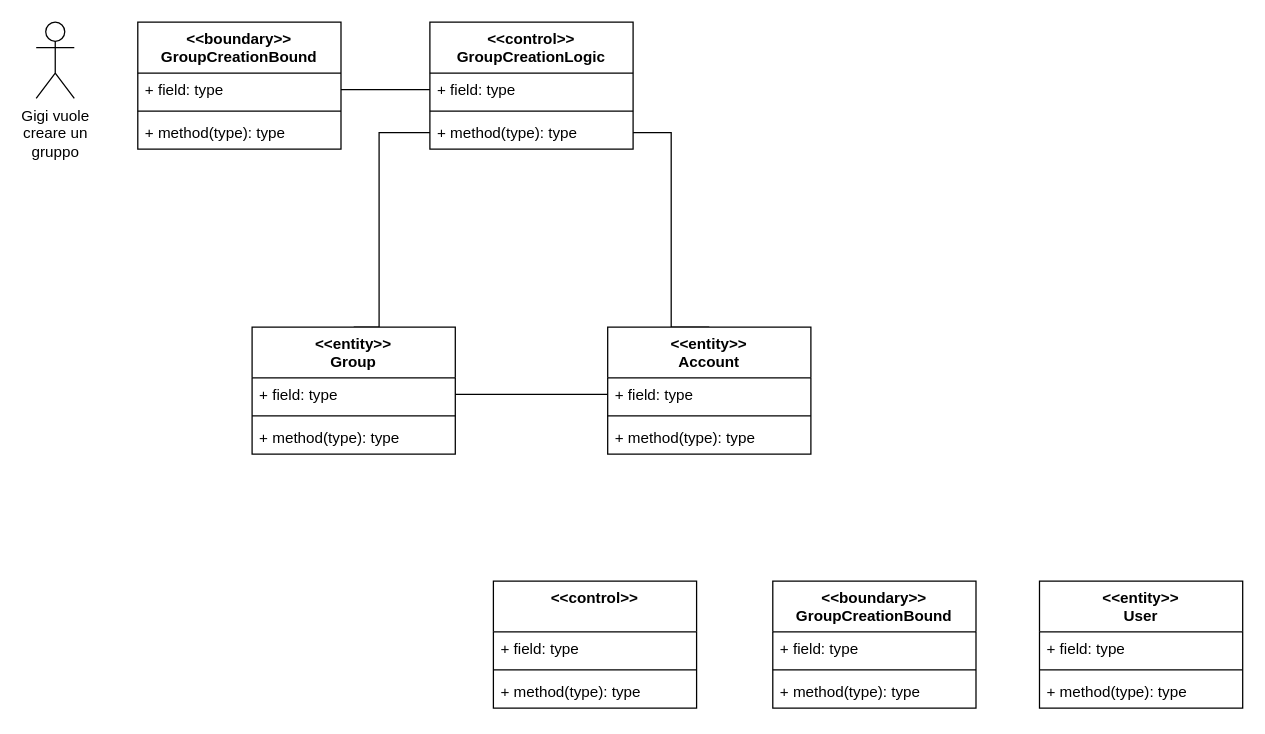
Before: Docs/VoPC/VoPC CreateStudyGroup.drawio in nic-agos/DoveStudi, a draw.io diagram. Source tidied: cells renumbered, new cells numbered last; positions are measured from the earlier drawing's top-left corner, leaving out a move shared by most shapes. Both pictures are drawn from the tidied source at 127%, with x=0, y=0 at pixel (36, 22).
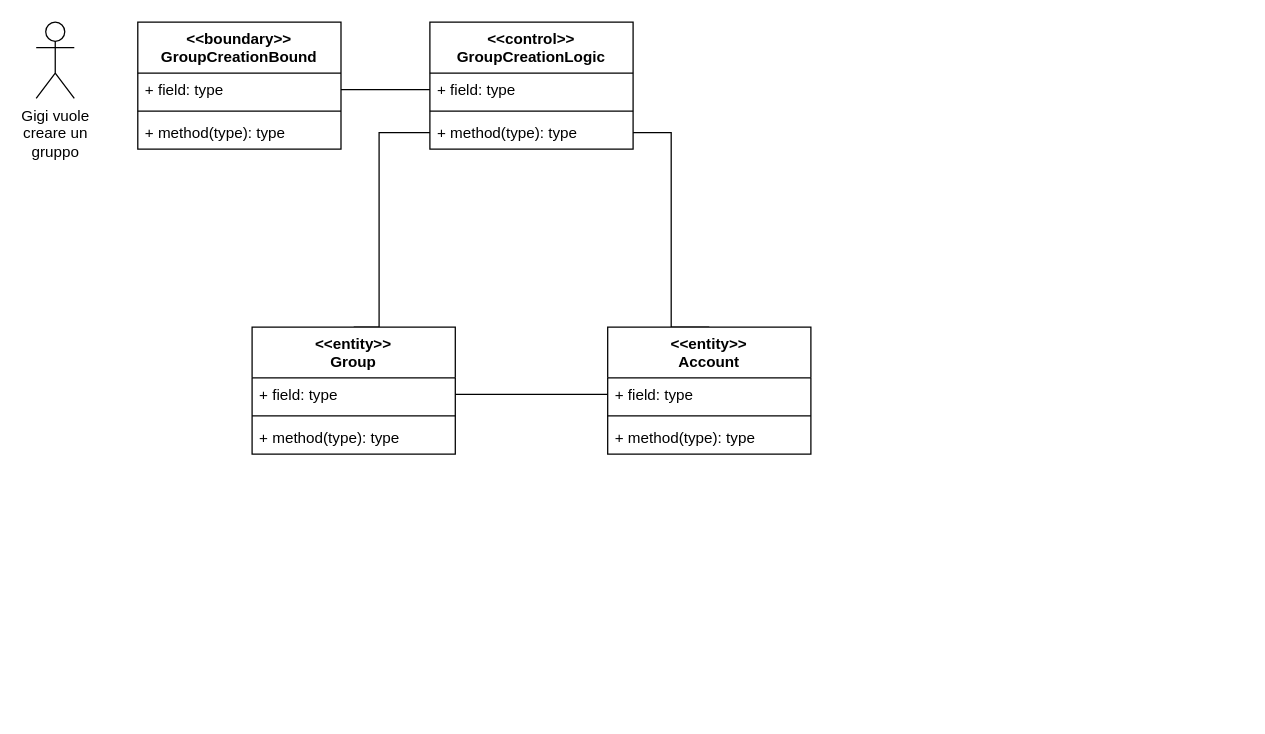
Above is the later version.

What changed in the source:
```diff
@@
-    <mxCell id="16" value="&lt;&lt;boundary&gt;&gt;&#10;GroupCreationBound" style="swimlane;fontStyle=1;align=center;verticalAlign=top;horizontal=1;startSize=40;" parent="1" vertex="1">
-      <mxGeometry x="580" y="440" width="160" height="100" as="geometry" />
-    </mxCell>
-    <mxCell id="17" value="+ field: type" style="text;strokeColor=none;fillColor=none;align=left;verticalAlign=top;spacingLeft=4;spacingRight=4;overflow=hidden;" parent="16" vertex="1">
-      <mxGeometry y="40" width="160" height="26" as="geometry" />
-    </mxCell>
-    <mxCell id="18" style="line;strokeWidth=1;fillColor=none;align=left;verticalAlign=middle;spacingTop=-1;spacingLeft=3;spacingRight=3;labelPosition=right;" parent="16" vertex="1">
-      <mxGeometry y="66" width="160" height="8" as="geometry" />
-    </mxCell>
-    <mxCell id="19" value="+ method(type): type" style="text;strokeColor=none;fillColor=none;align=left;verticalAlign=top;spacingLeft=4;spacingRight=4;overflow=hidden;" parent="16" vertex="1">
-      <mxGeometry y="74" width="160" height="26" as="geometry" />
-    </mxCell>
-    <mxCell id="20" value="&lt;&lt;control&gt;&gt;&#10;" style="swimlane;fontStyle=1;align=center;verticalAlign=top;horizontal=1;startSize=40;" parent="1" vertex="1">
-      <mxGeometry x="360" y="440" width="160" height="100" as="geometry" />
-    </mxCell>
-    <mxCell id="21" value="+ field: type" style="text;strokeColor=none;fillColor=none;align=left;verticalAlign=top;spacingLeft=4;spacingRight=4;overflow=hidden;" parent="20" vertex="1">
-      <mxGeometry y="40" width="160" height="26" as="geometry" />
-    </mxCell>
-    <mxCell id="22" style="line;strokeWidth=1;fillColor=none;align=left;verticalAlign=middle;spacingTop=-1;spacingLeft=3;spacingRight=3;labelPosition=right;" parent="20" vertex="1">
-      <mxGeometry y="66" width="160" height="8" as="geometry" />
-    </mxCell>
-    <mxCell id="23" value="+ method(type): type" style="text;strokeColor=none;fillColor=none;align=left;verticalAlign=top;spacingLeft=4;spacingRight=4;overflow=hidden;" parent="20" vertex="1">
-      <mxGeometry y="74" width="160" height="26" as="geometry" />
-    </mxCell>
@@
-    <mxCell id="29" value="&lt;&lt;entity&gt;&gt;&#10;User" style="swimlane;fontStyle=1;align=center;verticalAlign=top;horizontal=1;startSize=40;" parent="1" vertex="1">
-      <mxGeometry x="790" y="440" width="160" height="100" as="geometry" />
-    </mxCell>
-    <mxCell id="30" value="+ field: type" style="text;strokeColor=none;fillColor=none;align=left;verticalAlign=top;spacingLeft=4;spacingRight=4;overflow=hidden;" parent="29" vertex="1">
-      <mxGeometry y="40" width="160" height="26" as="geometry" />
-    </mxCell>
-    <mxCell id="31" style="line;strokeWidth=1;fillColor=none;align=left;verticalAlign=middle;spacingTop=-1;spacingLeft=3;spacingRight=3;labelPosition=right;" parent="29" vertex="1">
-      <mxGeometry y="66" width="160" height="8" as="geometry" />
-    </mxCell>
-    <mxCell id="32" value="+ method(type): type" style="text;strokeColor=none;fillColor=none;align=left;verticalAlign=top;spacingLeft=4;spacingRight=4;overflow=hidden;" parent="29" vertex="1">
-      <mxGeometry y="74" width="160" height="26" as="geometry" />
-    </mxCell>
```
